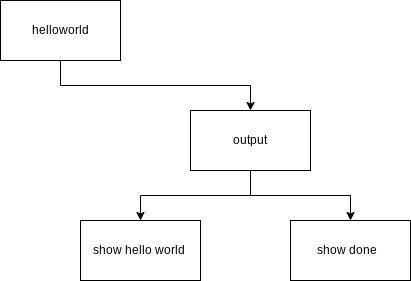
The draw.io diagram topdown.png in devin-jhu/ics4u-unit1-02-typescript, before a commit. Source tidied: cells renumbered, new cells last; positions are measured from the earlier drawing's top-left corner, leaving out a move shared by most shapes.
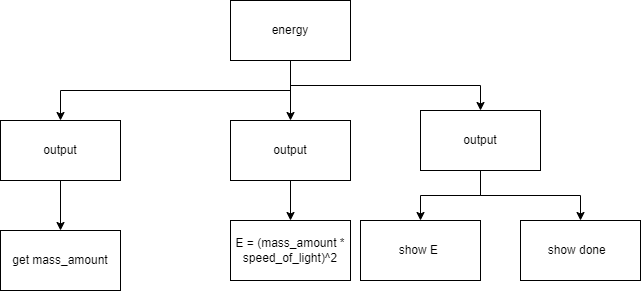
The same diagram one commit later.

What changed in the source:
```diff
@@ -5,7 +5,13 @@
     <mxCell id="2" style="edgeStyle=orthogonalEdgeStyle;html=1;exitX=0.5;exitY=1;exitDx=0;exitDy=0;entryX=0.5;entryY=0;entryDx=0;entryDy=0;rounded=0;" parent="1" edge="1" source="3" target="6">
       <mxGeometry relative="1" as="geometry" />
     </mxCell>
+    <mxCell id="9" style="edgeStyle=orthogonalEdgeStyle;shape=connector;rounded=0;html=1;exitX=0.5;exitY=1;exitDx=0;exitDy=0;entryX=0.5;entryY=0;entryDx=0;entryDy=0;labelBackgroundColor=default;fontFamily=Helvetica;fontSize=11;fontColor=default;endArrow=classic;strokeColor=default;" parent="1" edge="1" source="3" target="12">
+      <mxGeometry relative="1" as="geometry" />
+    </mxCell>
+    <mxCell id="10" style="edgeStyle=orthogonalEdgeStyle;shape=connector;rounded=0;html=1;exitX=0.5;exitY=1;exitDx=0;exitDy=0;entryX=0.5;entryY=0;entryDx=0;entryDy=0;labelBackgroundColor=default;fontFamily=Helvetica;fontSize=11;fontColor=default;endArrow=classic;strokeColor=default;" parent="1" edge="1" source="3" target="14">
+      <mxGeometry relative="1" as="geometry" />
+    </mxCell>
-    <mxCell id="3" value="helloworld" style="rounded=0;whiteSpace=wrap;html=1;" parent="1" vertex="1">
+    <mxCell id="3" value="energy" style="rounded=0;whiteSpace=wrap;html=1;" parent="1" vertex="1">
       <mxGeometry width="120" height="60" as="geometry" />
     </mxCell>
     <mxCell id="4" style="edgeStyle=orthogonalEdgeStyle;rounded=0;html=1;exitX=0.5;exitY=1;exitDx=0;exitDy=0;entryX=0.5;entryY=0;entryDx=0;entryDy=0;" parent="1" edge="1" source="6" target="7">
@@ -17,11 +23,29 @@
     <mxCell id="6" value="output" style="rounded=0;whiteSpace=wrap;html=1;" parent="1" vertex="1">
       <mxGeometry x="190" y="110" width="120" height="60" as="geometry" />
     </mxCell>
-    <mxCell id="7" value="show hello world&amp;nbsp;" style="rounded=0;whiteSpace=wrap;html=1;" parent="1" vertex="1">
-      <mxGeometry x="80" y="220" width="120" height="60" as="geometry" />
+    <mxCell id="7" value="show E&amp;nbsp;" style="rounded=0;whiteSpace=wrap;html=1;" parent="1" vertex="1">
+      <mxGeometry x="130" y="220" width="120" height="60" as="geometry" />
     </mxCell>
     <mxCell id="8" value="show done&amp;nbsp;&amp;nbsp;" style="rounded=0;whiteSpace=wrap;html=1;" parent="1" vertex="1">
       <mxGeometry x="290" y="220" width="120" height="60" as="geometry" />
     </mxCell>
+    <mxCell id="11" style="edgeStyle=orthogonalEdgeStyle;shape=connector;rounded=0;html=1;exitX=0.5;exitY=1;exitDx=0;exitDy=0;labelBackgroundColor=default;fontFamily=Helvetica;fontSize=11;fontColor=default;endArrow=classic;strokeColor=default;" parent="1" edge="1" source="12" target="15">
+      <mxGeometry relative="1" as="geometry" />
+    </mxCell>
+    <mxCell id="12" value="output" style="rounded=0;whiteSpace=wrap;html=1;" parent="1" vertex="1">
+      <mxGeometry y="120" width="120" height="60" as="geometry" />
+    </mxCell>
+    <mxCell id="13" style="edgeStyle=orthogonalEdgeStyle;shape=connector;rounded=0;html=1;exitX=0.5;exitY=1;exitDx=0;exitDy=0;labelBackgroundColor=default;fontFamily=Helvetica;fontSize=11;fontColor=default;endArrow=classic;strokeColor=default;" parent="1" edge="1" source="14" target="16">
+      <mxGeometry relative="1" as="geometry" />
+    </mxCell>
+    <mxCell id="14" value="output" style="rounded=0;whiteSpace=wrap;html=1;" parent="1" vertex="1">
+      <mxGeometry x="-230" y="120" width="120" height="60" as="geometry" />
+    </mxCell>
+    <mxCell id="15" value="E = (mass_amount * speed_of_light)^2" style="rounded=0;whiteSpace=wrap;html=1;" parent="1" vertex="1">
+      <mxGeometry y="220" width="120" height="60" as="geometry" />
+    </mxCell>
+    <mxCell id="16" value="get mass_amount" style="rounded=0;whiteSpace=wrap;html=1;" parent="1" vertex="1">
+      <mxGeometry x="-230" y="230" width="120" height="60" as="geometry" />
+    </mxCell>
   </root>
 </mxGraphModel>
```
